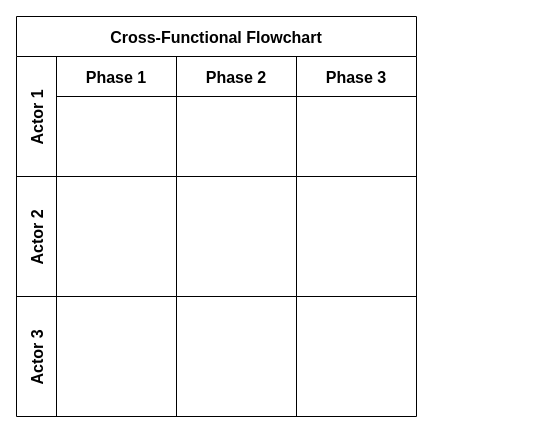
zq960057399/Hello-World keeps this draw.io diagram as 未命名绘图2.drawio. Above is the earlier version. Source tidied: cells renumbered, new cells numbered last; positions are measured from the earlier drawing's top-left corner, leaving out a move shared by most shapes. Both pictures are drawn from the tidied source at 100%, with x=0, y=0 at pixel (16, 16).
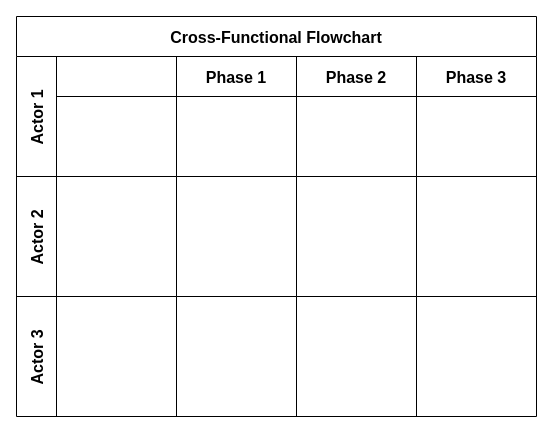
After the change.

Commit message (it also covers changes not shown here):
更新未命名绘图2.drawio

Diff of the diagram source:
```diff
@@
 <mxGraphModel>
   <root>
     <mxCell id="0" />
     <mxCell id="1" parent="0" />
     <mxCell id="2" value="Cross-Functional Flowchart" style="shape=table;childLayout=tableLayout;startSize=40;fontSize=16;fontStyle=1;" parent="1" vertex="1">
-      <mxGeometry width="400" height="400" as="geometry" />
+      <mxGeometry width="520" height="400" as="geometry" />
     </mxCell>
     <mxCell id="3" value="Actor 1" style="shape=tableRow;horizontal=0;swimlaneHead=0;swimlaneBody=0;top=0;left=0;strokeColor=inherit;bottom=0;right=0;fontStyle=1;fillColor=none;startSize=40;fontSize=16;" parent="2" vertex="1">
-      <mxGeometry y="40" width="400" height="120" as="geometry" />
+      <mxGeometry y="40" width="520" height="120" as="geometry" />
     </mxCell>
+    <mxCell id="15" style="swimlane;swimlaneHead=0;swimlaneBody=0;fontStyle=1;strokeColor=inherit;fillColor=none;startSize=40;fontSize=16;" parent="3" vertex="1">
+      <mxGeometry x="40" width="120" height="120" as="geometry" />
+    </mxCell>
     <mxCell id="4" value="Phase 1" style="swimlane;swimlaneHead=0;swimlaneBody=0;fontStyle=1;strokeColor=inherit;fillColor=none;startSize=40;fontSize=16;" parent="3" vertex="1">
-      <mxGeometry x="40" width="120" height="120" as="geometry" />
+      <mxGeometry x="160" width="120" height="120" as="geometry" />
     </mxCell>
     <mxCell id="5" value="Phase 2" style="swimlane;swimlaneHead=0;swimlaneBody=0;fontStyle=1;strokeColor=inherit;fillColor=none;startSize=40;fontSize=16;" parent="3" vertex="1">
-      <mxGeometry x="160" width="120" height="120" as="geometry" />
+      <mxGeometry x="280" width="120" height="120" as="geometry" />
     </mxCell>
     <mxCell id="6" value="Phase 3" style="swimlane;swimlaneHead=0;swimlaneBody=0;fontStyle=1;strokeColor=inherit;fillColor=none;startSize=40;fontSize=16;" parent="3" vertex="1">
-      <mxGeometry x="280" width="120" height="120" as="geometry" />
+      <mxGeometry x="400" width="120" height="120" as="geometry" />
     </mxCell>
     <mxCell id="7" value="Actor 2" style="shape=tableRow;horizontal=0;swimlaneHead=0;swimlaneBody=0;top=0;left=0;strokeColor=inherit;bottom=0;right=0;fontStyle=1;fillColor=none;startSize=40;fontSize=16;" parent="2" vertex="1">
-      <mxGeometry y="160" width="400" height="120" as="geometry" />
+      <mxGeometry y="160" width="520" height="120" as="geometry" />
     </mxCell>
+    <mxCell id="16" style="swimlane;swimlaneHead=0;swimlaneBody=0;fontStyle=1;strokeColor=inherit;fillColor=none;startSize=0;fontSize=16;" parent="7" vertex="1">
+      <mxGeometry x="40" width="120" height="120" as="geometry" />
+    </mxCell>
     <mxCell id="8" style="swimlane;swimlaneHead=0;swimlaneBody=0;fontStyle=1;strokeColor=inherit;fillColor=none;startSize=0;fontSize=16;" parent="7" vertex="1">
-      <mxGeometry x="40" width="120" height="120" as="geometry" />
+      <mxGeometry x="160" width="120" height="120" as="geometry" />
     </mxCell>
     <mxCell id="9" style="swimlane;swimlaneHead=0;swimlaneBody=0;fontStyle=1;strokeColor=inherit;fillColor=none;startSize=0;fontSize=16;" parent="7" vertex="1">
-      <mxGeometry x="160" width="120" height="120" as="geometry" />
+      <mxGeometry x="280" width="120" height="120" as="geometry" />
     </mxCell>
     <mxCell id="10" style="swimlane;swimlaneHead=0;swimlaneBody=0;fontStyle=1;strokeColor=inherit;fillColor=none;startSize=0;fontSize=16;" parent="7" vertex="1">
-      <mxGeometry x="280" width="120" height="120" as="geometry" />
+      <mxGeometry x="400" width="120" height="120" as="geometry" />
     </mxCell>
     <mxCell id="11" value="Actor 3" style="shape=tableRow;horizontal=0;swimlaneHead=0;swimlaneBody=0;top=0;left=0;strokeColor=inherit;bottom=0;right=0;fontStyle=1;fillColor=none;startSize=40;fontSize=16;" parent="2" vertex="1">
-      <mxGeometry y="280" width="400" height="120" as="geometry" />
+      <mxGeometry y="280" width="520" height="120" as="geometry" />
     </mxCell>
+    <mxCell id="17" style="swimlane;swimlaneHead=0;swimlaneBody=0;fontStyle=1;strokeColor=inherit;fillColor=none;startSize=0;fontSize=16;" parent="11" vertex="1">
+      <mxGeometry x="40" width="120" height="120" as="geometry" />
+    </mxCell>
     <mxCell id="12" style="swimlane;swimlaneHead=0;swimlaneBody=0;fontStyle=1;strokeColor=inherit;fillColor=none;startSize=0;fontSize=16;" parent="11" vertex="1">
-      <mxGeometry x="40" width="120" height="120" as="geometry" />
+      <mxGeometry x="160" width="120" height="120" as="geometry" />
     </mxCell>
     <mxCell id="13" style="swimlane;swimlaneHead=0;swimlaneBody=0;fontStyle=1;strokeColor=inherit;fillColor=none;startSize=0;fontSize=16;" parent="11" vertex="1">
-      <mxGeometry x="160" width="120" height="120" as="geometry" />
+      <mxGeometry x="280" width="120" height="120" as="geometry" />
     </mxCell>
     <mxCell id="14" style="swimlane;swimlaneHead=0;swimlaneBody=0;fontStyle=1;strokeColor=inherit;fillColor=none;startSize=0;fontSize=16;" parent="11" vertex="1">
-      <mxGeometry x="280" width="120" height="120" as="geometry" />
+      <mxGeometry x="400" width="120" height="120" as="geometry" />
     </mxCell>
   </root>
 </mxGraphModel>
```
